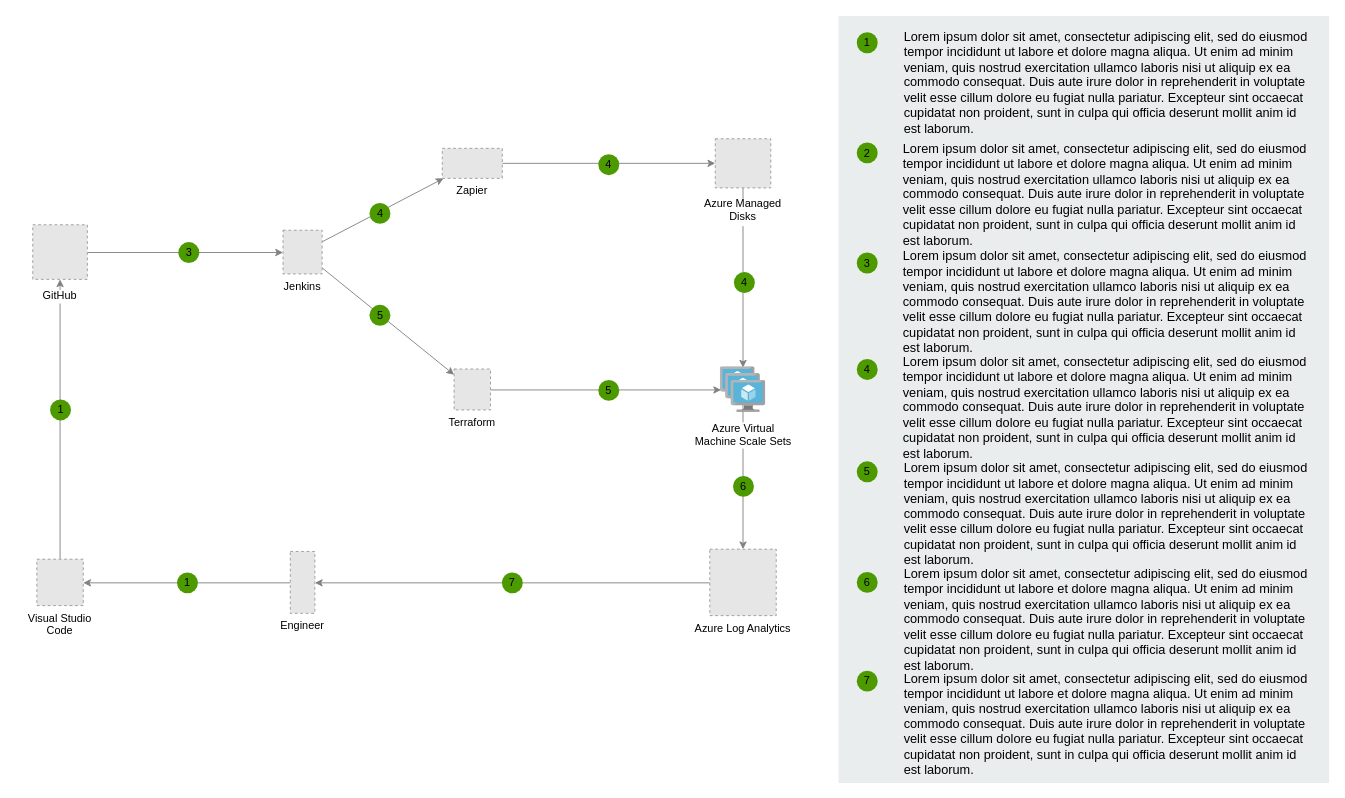
The draw.io diagram Untitled Diagram.drawio in mdmyr/2017-java, before the edit. Source tidied: cells renumbered, new cells numbered last; positions are measured from the earlier drawing's top-left corner, leaving out a move shared by most shapes. Both pictures are drawn from the tidied source at 91%, with x=0, y=0 at pixel (32, 15). Pictures stored in the file or linked from it are replaced by grey dashed boxes.
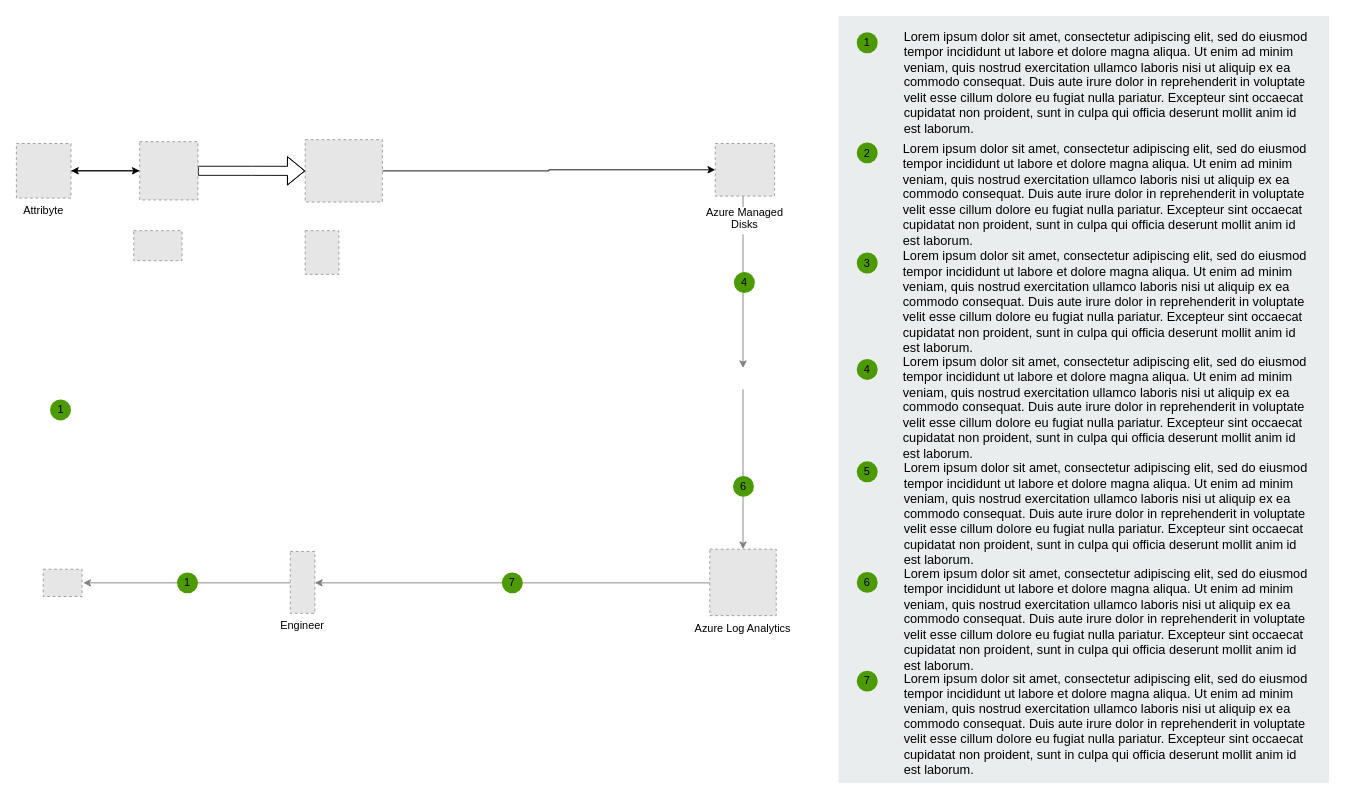
The same diagram, later.

Unchanged cells that the change refers to:
```xml
<mxCell id="19" value="Engineer" style="fillColor=#E6E6E6;strokeColor=#999999;dashed=1;verticalLabelPosition=bottom;labelBackgroundColor=none;verticalAlign=top;" parent="1" vertex="1">
  <mxGeometry x="283.5" y="588.5" width="27" height="68" as="geometry" />
</mxCell>
<mxCell id="20" value="Azure Log Analytics" style="fillColor=#E6E6E6;strokeColor=#999999;dashed=1;verticalLabelPosition=bottom;labelBackgroundColor=none;verticalAlign=top;" parent="1" vertex="1">
  <mxGeometry x="744.5" y="586" width="73" height="73" as="geometry" />
</mxCell>
```

What changed in the source:
```diff
@@
-    <mxCell id="2" style="edgeStyle=elbowEdgeStyle;rounded=0;jettySize=auto;elbow=vertical;html=1;strokeColor=#808080;" parent="1" edge="1" source="12" target="13">
-      <mxGeometry relative="1" as="geometry" />
-    </mxCell>
-    <mxCell id="3" style="rounded=0;jettySize=auto;elbow=vertical;html=1;strokeColor=#808080;" parent="1" edge="1" source="13" target="14">
-      <mxGeometry relative="1" as="geometry" />
-    </mxCell>
-    <mxCell id="4" style="rounded=0;jettySize=auto;elbow=vertical;html=1;strokeColor=#808080;" parent="1" edge="1" source="13" target="15">
-      <mxGeometry relative="1" as="geometry" />
-    </mxCell>
-    <mxCell id="5" style="edgeStyle=elbowEdgeStyle;rounded=0;jettySize=auto;elbow=vertical;html=1;strokeColor=#808080;entryX=0.018;entryY=0.503;entryDx=0;entryDy=0;entryPerimeter=0;" parent="1" edge="1" source="14" target="17">
-      <mxGeometry relative="1" as="geometry" />
-    </mxCell>
-    <mxCell id="6" style="edgeStyle=elbowEdgeStyle;rounded=0;jettySize=auto;elbow=vertical;html=1;strokeColor=#808080;" parent="1" edge="1" source="15" target="16">
-      <mxGeometry relative="1" as="geometry" />
-    </mxCell>
-    <mxCell id="7" style="edgeStyle=elbowEdgeStyle;rounded=0;jettySize=auto;html=1;entryX=0.501;entryY=0.02;entryDx=0;entryDy=0;strokeColor=#808080;entryPerimeter=0;" parent="1" edge="1" source="16" target="17">
-      <mxGeometry relative="1" as="geometry" />
+    <mxCell id="7" style="edgeStyle=elbowEdgeStyle;rounded=0;jettySize=auto;html=1;entryX=0.501;entryY=0.02;entryDx=0;entryDy=0;strokeColor=#808080;entryPerimeter=0;" parent="1" edge="1" source="16">
+      <mxGeometry relative="1" as="geometry">
+        <mxPoint x="780.7" y="387" as="targetPoint" />
+      </mxGeometry>
     </mxCell>
-    <mxCell id="8" style="edgeStyle=elbowEdgeStyle;rounded=0;jettySize=auto;elbow=vertical;html=1;strokeColor=#808080;" parent="1" edge="1" source="17" target="20">
-      <mxGeometry relative="1" as="geometry" />
+    <mxCell id="8" style="edgeStyle=elbowEdgeStyle;rounded=0;jettySize=auto;elbow=vertical;html=1;strokeColor=#808080;" parent="1" edge="1" target="20">
+      <mxGeometry relative="1" as="geometry">
+        <mxPoint x="781" y="410.5" as="sourcePoint" />
+      </mxGeometry>
     </mxCell>
-    <mxCell id="9" style="edgeStyle=elbowEdgeStyle;rounded=0;jettySize=auto;elbow=vertical;html=1;strokeColor=#808080;" parent="1" edge="1" source="18" target="12">
-      <mxGeometry relative="1" as="geometry" />
-    </mxCell>
-    <mxCell id="10" style="edgeStyle=elbowEdgeStyle;rounded=0;jettySize=auto;elbow=vertical;html=1;strokeColor=#808080;" parent="1" edge="1" source="19" target="18">
-      <mxGeometry relative="1" as="geometry" />
+    <mxCell id="10" style="edgeStyle=elbowEdgeStyle;rounded=0;jettySize=auto;elbow=vertical;html=1;strokeColor=#808080;" parent="1" edge="1" source="19">
+      <mxGeometry relative="1" as="geometry">
+        <mxPoint x="56" y="622.7" as="targetPoint" />
+      </mxGeometry>
     </mxCell>
@@
+    <mxCell id="46" style="edgeStyle=orthogonalEdgeStyle;rounded=0;jettySize=auto;html=1;exitX=1;exitY=0.5;exitDx=0;exitDy=0;entryX=0;entryY=0.5;entryDx=0;entryDy=0;" parent="1" edge="1" source="12" target="54">
+      <mxGeometry relative="1" as="geometry" />
+    </mxCell>
-    <mxCell id="12" value="GitHub" style="fillColor=#E6E6E6;strokeColor=#999999;dashed=1;verticalLabelPosition=bottom;labelBackgroundColor=#ffffff;verticalAlign=top;spacingTop=4;" parent="1" vertex="1">
-      <mxGeometry x="0.5" y="229.5" width="60" height="60" as="geometry" />
+    <mxCell id="12" value="Attribyte" style="fillColor=#E6E6E6;strokeColor=#999999;dashed=1;verticalLabelPosition=bottom;labelBackgroundColor=#ffffff;verticalAlign=top;fontFamily=Helvetica;fontSize=12;fontColor=#000000;align=center;" parent="1" vertex="1">
+      <mxGeometry x="-17.5" y="140.2" width="60" height="60" as="geometry" />
     </mxCell>
-    <mxCell id="13" value="Jenkins" style="fillColor=#E6E6E6;strokeColor=#999999;dashed=1;verticalLabelPosition=bottom;labelBackgroundColor=none;verticalAlign=top;" parent="1" vertex="1">
-      <mxGeometry x="275.5" y="235.5" width="43" height="48" as="geometry" />
-    </mxCell>
-    <mxCell id="14" value="Terraform" style="fillColor=#E6E6E6;strokeColor=#999999;dashed=1;verticalLabelPosition=bottom;labelBackgroundColor=none;verticalAlign=top;" parent="1" vertex="1">
-      <mxGeometry x="463.5" y="388" width="40" height="45" as="geometry" />
-    </mxCell>
-    <mxCell id="15" value="Zapier" style="fillColor=#E6E6E6;strokeColor=#999999;dashed=1;verticalLabelPosition=bottom;labelBackgroundColor=none;verticalAlign=top;" parent="1" vertex="1">
-      <mxGeometry x="450.5" y="145.5" width="66" height="33" as="geometry" />
-    </mxCell>
     <mxCell id="16" value="Azure Managed&#10;Disks" style="fillColor=#E6E6E6;strokeColor=#999999;dashed=1;verticalLabelPosition=bottom;labelBackgroundColor=#ffffff;verticalAlign=top;spacingTop=4;" parent="1" vertex="1">
-      <mxGeometry x="750.5" y="135" width="61" height="54" as="geometry" />
+      <mxGeometry x="750.5" y="140.2" width="65.2" height="57.8" as="geometry" />
     </mxCell>
-    <mxCell id="17" value="Azure Virtual&lt;br&gt;Machine Scale Sets" style="html=1;perimeter=none;align=center;shadow=0;dashed=0;image;fontSize=12;image=img/lib/mscae/VM_Scale_Set.svg;labelBackgroundColor=#ffffff;spacingTop=4;" parent="1" vertex="1">
-      <mxGeometry x="756" y="385.5" width="50" height="50" as="geometry" />
-    </mxCell>
-    <mxCell id="18" value="Visual Studio&#10;Code" style="fillColor=#E6E6E6;strokeColor=#999999;dashed=1;verticalLabelPosition=bottom;labelBackgroundColor=none;verticalAlign=top;" parent="1" vertex="1">
-      <mxGeometry x="5" y="597" width="51" height="51" as="geometry" />
-    </mxCell>
@@
-    <mxCell id="21" value="3" style="ellipse;whiteSpace=wrap;html=1;fillColor=#4D9900;strokeColor=none;labelBackgroundColor=none;" parent="1" vertex="1">
-      <mxGeometry x="160.5" y="248.5" width="23" height="23" as="geometry" />
-    </mxCell>
@@
-    <mxCell id="24" value="4" style="ellipse;whiteSpace=wrap;html=1;fillColor=#4D9900;strokeColor=none;labelBackgroundColor=none;" parent="1" vertex="1">
-      <mxGeometry x="370.5" y="205.5" width="23" height="23" as="geometry" />
-    </mxCell>
-    <mxCell id="25" value="5" style="ellipse;whiteSpace=wrap;html=1;fillColor=#4D9900;strokeColor=none;labelBackgroundColor=none;" parent="1" vertex="1">
-      <mxGeometry x="370.5" y="317.5" width="23" height="23" as="geometry" />
-    </mxCell>
-    <mxCell id="26" value="4" style="ellipse;whiteSpace=wrap;html=1;fillColor=#4D9900;strokeColor=none;labelBackgroundColor=none;" parent="1" vertex="1">
-      <mxGeometry x="622" y="152" width="23" height="23" as="geometry" />
-    </mxCell>
-    <mxCell id="27" value="5" style="ellipse;whiteSpace=wrap;html=1;fillColor=#4D9900;strokeColor=none;labelBackgroundColor=none;" parent="1" vertex="1">
-      <mxGeometry x="622" y="400" width="23" height="23" as="geometry" />
-    </mxCell>
@@
+    <mxCell id="47" style="fillColor=#E6E6E6;strokeColor=#999999;dashed=1;verticalLabelPosition=bottom;labelBackgroundColor=#ffffff;verticalAlign=top;" parent="1" vertex="1">
+      <mxGeometry x="12" y="608" width="42.7" height="30" as="geometry" />
+    </mxCell>
+    <mxCell id="48" style="fillColor=#E6E6E6;strokeColor=#999999;dashed=1;verticalLabelPosition=bottom;labelBackgroundColor=#ffffff;verticalAlign=top;" parent="1" vertex="1">
+      <mxGeometry x="111.5" y="236" width="53" height="33" as="geometry" />
+    </mxCell>
+    <mxCell id="49" style="edgeStyle=orthogonalEdgeStyle;rounded=0;jettySize=auto;html=1;" parent="1" edge="1" source="50" target="16">
+      <mxGeometry relative="1" as="geometry" />
+    </mxCell>
+    <mxCell id="50" style="fillColor=#E6E6E6;strokeColor=#999999;dashed=1;verticalLabelPosition=bottom;labelBackgroundColor=#ffffff;verticalAlign=top;" parent="1" vertex="1">
+      <mxGeometry x="299.9" y="136" width="84.8" height="68.5" as="geometry" />
+    </mxCell>
+    <mxCell id="51" style="fillColor=#E6E6E6;strokeColor=#999999;dashed=1;verticalLabelPosition=bottom;labelBackgroundColor=#ffffff;verticalAlign=top;" parent="1" vertex="1">
+      <mxGeometry x="299.9" y="236" width="37" height="48" as="geometry" />
+    </mxCell>
+    <mxCell id="52" style="edgeStyle=orthogonalEdgeStyle;rounded=0;jettySize=auto;html=1;" parent="1" edge="1" source="54" target="12">
+      <mxGeometry relative="1" as="geometry" />
+    </mxCell>
+    <mxCell id="53" style="edgeStyle=orthogonalEdgeStyle;shape=flexArrow;rounded=0;jettySize=auto;html=1;" parent="1" edge="1" source="54" target="50">
+      <mxGeometry relative="1" as="geometry" />
+    </mxCell>
+    <mxCell id="54" style="fillColor=#E6E6E6;strokeColor=#999999;dashed=1;html=1;verticalAlign=top;verticalLabelPosition=bottom;labelBackgroundColor=#ffffff;" parent="1" vertex="1">
+      <mxGeometry x="118" y="138.2" width="64" height="64" as="geometry" />
+    </mxCell>
```
